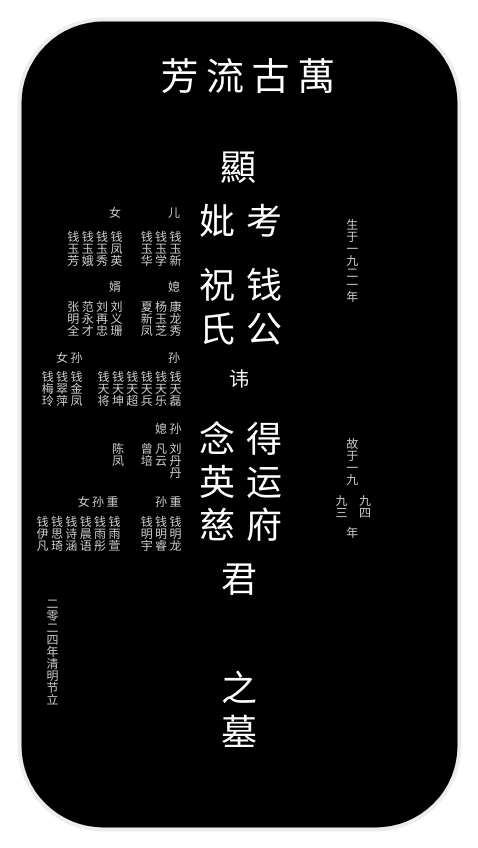
Above: 未命名绘图.drawio in wshiqtb/wshiqtb (draw.io), before the change. Source tidied: cells renumbered, new cells numbered last; positions are measured from the earlier drawing's top-left corner, leaving out a move shared by most shapes. Both pictures are drawn from the tidied source at 100%, with x=0, y=0 at pixel (19, 19).
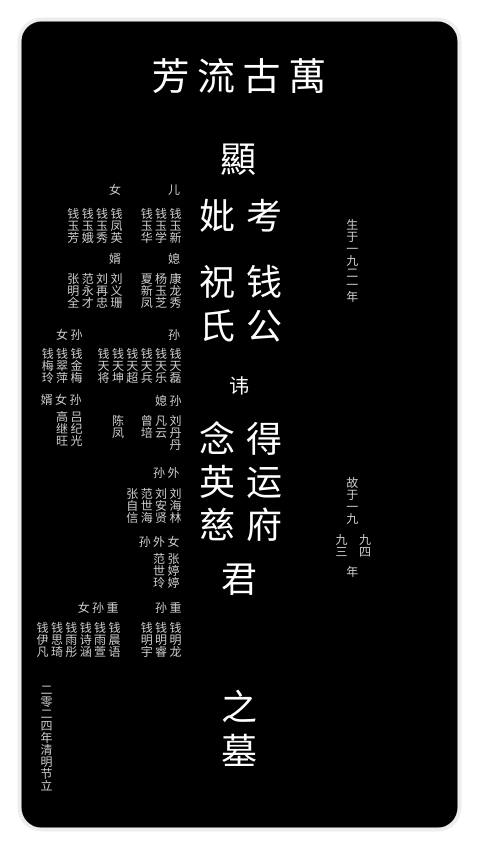
The same diagram, later.

Commit message:
更新未命名绘图.drawio

Diff of the diagram source:
```diff
@@
-    <mxCell id="2" style="rounded=1;whiteSpace=wrap;html=1;labelBackgroundColor=#000000;fillColor=#000000;strokeColor=#EDEDED;fillStyle=auto;gradientColor=none;strokeWidth=4;shadow=0;textShadow=0;arcSize=19;" parent="1" vertex="1">
+    <mxCell id="2" style="rounded=1;whiteSpace=wrap;html=1;labelBackgroundColor=#000000;fillColor=#000000;strokeColor=#EDEDED;fillStyle=auto;gradientColor=none;strokeWidth=4;shadow=0;textShadow=0;arcSize=5;" parent="1" vertex="1">
       <mxGeometry width="440" height="810" as="geometry" />
     </mxCell>
     <mxCell id="3" value="女" style="text;html=1;align=right;verticalAlign=middle;whiteSpace=wrap;rounded=0;fontColor=#CFCFCF;opacity=10;" parent="1" vertex="1">
-      <mxGeometry x="64" y="184" width="40" height="20" as="geometry" />
+      <mxGeometry x="64" y="161" width="40" height="20" as="geometry" />
     </mxCell>
     <mxCell id="4" value="儿" style="text;html=1;align=right;verticalAlign=middle;whiteSpace=wrap;rounded=0;fontColor=#CFCFCF;opacity=10;" parent="1" vertex="1">
-      <mxGeometry x="123" y="184" width="40" height="20" as="geometry" />
+      <mxGeometry x="123" y="161" width="40" height="20" as="geometry" />
     </mxCell>
     <mxCell id="5" value="钱玉新&lt;div style=&quot;font-size: 12px;&quot;&gt;钱玉学&lt;/div&gt;&lt;div style=&quot;font-size: 12px;&quot;&gt;钱玉华&lt;/div&gt;" style="text;html=1;align=right;verticalAlign=top;whiteSpace=wrap;rounded=0;textDirection=vertical-rl;spacingTop=0;spacing=2;fontSize=12;spacingBottom=0;fontColor=#CFCFCF;opacity=10;" parent="1" vertex="1">
-      <mxGeometry x="123" y="204" width="40" height="50" as="geometry" />
+      <mxGeometry x="123" y="181" width="40" height="50" as="geometry" />
     </mxCell>
     <mxCell id="6" value="钱凤英&lt;div&gt;钱玉秀&lt;/div&gt;&lt;div&gt;钱玉娥&lt;/div&gt;&lt;div&gt;钱玉芳&lt;/div&gt;" style="text;html=1;align=right;verticalAlign=top;whiteSpace=wrap;rounded=0;textDirection=vertical-rl;spacingTop=0;spacing=2;fontSize=12;spacingBottom=0;fontColor=#CFCFCF;opacity=10;" parent="1" vertex="1">
-      <mxGeometry x="64" y="204" width="40" height="50" as="geometry" />
+      <mxGeometry x="64" y="181" width="40" height="50" as="geometry" />
     </mxCell>
     <mxCell id="7" value="媳" style="text;html=1;align=right;verticalAlign=middle;whiteSpace=wrap;rounded=0;fontColor=#CFCFCF;opacity=10;" parent="1" vertex="1">
-      <mxGeometry x="123" y="255" width="40" height="25" as="geometry" />
+      <mxGeometry x="123" y="227" width="40" height="25" as="geometry" />
     </mxCell>
     <mxCell id="8" value="康龙秀&lt;div&gt;杨玉芝&lt;/div&gt;&lt;div&gt;夏新凤&lt;/div&gt;" style="text;html=1;align=right;verticalAlign=top;whiteSpace=wrap;rounded=0;textDirection=vertical-rl;spacingTop=0;spacing=2;fontSize=12;spacingBottom=0;fontColor=#CFCFCF;opacity=10;" parent="1" vertex="1">
-      <mxGeometry x="113" y="274" width="50" height="50" as="geometry" />
+      <mxGeometry x="113" y="246" width="50" height="50" as="geometry" />
     </mxCell>
     <mxCell id="9" value="刘义珊&lt;div&gt;刘再忠&lt;/div&gt;&lt;div&gt;范永才&lt;/div&gt;&lt;div&gt;张明全&lt;/div&gt;" style="text;html=1;align=right;verticalAlign=top;whiteSpace=wrap;rounded=0;textDirection=vertical-rl;spacingTop=0;spacing=2;fontSize=12;spacingBottom=0;fontColor=#CFCFCF;opacity=10;" parent="1" vertex="1">
-      <mxGeometry x="54" y="274" width="50" height="50" as="geometry" />
+      <mxGeometry x="54" y="246" width="50" height="50" as="geometry" />
     </mxCell>
     <mxCell id="10" value="婿" style="text;html=1;align=right;verticalAlign=middle;whiteSpace=wrap;rounded=0;fontColor=#CFCFCF;opacity=10;" parent="1" vertex="1">
-      <mxGeometry x="64" y="257.5" width="40" height="20" as="geometry" />
+      <mxGeometry x="64" y="229.5" width="40" height="20" as="geometry" />
     </mxCell>
     <mxCell id="11" value="孙" style="text;html=1;align=right;verticalAlign=middle;whiteSpace=wrap;rounded=0;fontColor=#CFCFCF;opacity=10;" parent="1" vertex="1">
-      <mxGeometry x="123" y="329" width="40" height="20" as="geometry" />
+      <mxGeometry x="123" y="306" width="40" height="20" as="geometry" />
     </mxCell>
     <mxCell id="12" value="钱天磊&lt;div&gt;钱天乐&lt;/div&gt;&lt;div&gt;钱天兵&lt;/div&gt;&lt;div&gt;钱天超&lt;/div&gt;&lt;div&gt;钱天坤&lt;/div&gt;&lt;div&gt;钱天将&lt;/div&gt;" style="text;html=1;align=right;verticalAlign=top;whiteSpace=wrap;rounded=0;textDirection=vertical-rl;spacingTop=0;spacing=2;fontSize=12;spacingBottom=0;fontColor=#CFCFCF;opacity=10;" parent="1" vertex="1">
-      <mxGeometry x="73" y="344" width="90" height="50" as="geometry" />
+      <mxGeometry x="73" y="321" width="90" height="50" as="geometry" />
     </mxCell>
     <mxCell id="13" value="孙女" style="text;html=1;align=right;verticalAlign=middle;whiteSpace=wrap;rounded=0;fontColor=#CFCFCF;opacity=10;textDirection=vertical-rl;" parent="1" vertex="1">
-      <mxGeometry x="29" y="328" width="35" height="20" as="geometry" />
+      <mxGeometry x="29" y="305" width="35" height="20" as="geometry" />
     </mxCell>
-    <mxCell id="14" value="钱金凤&lt;div&gt;钱翠萍&lt;br&gt;&lt;div&gt;钱梅玲&lt;/div&gt;&lt;/div&gt;" style="text;html=1;align=right;verticalAlign=top;whiteSpace=wrap;rounded=0;textDirection=vertical-rl;spacingTop=0;spacing=2;fontSize=12;spacingBottom=0;fontColor=#CFCFCF;opacity=10;" parent="1" vertex="1">
-      <mxGeometry x="9" y="344" width="55" height="50" as="geometry" />
+    <mxCell id="14" value="钱金梅&lt;div&gt;钱翠萍&lt;br&gt;&lt;div&gt;钱梅玲&lt;/div&gt;&lt;/div&gt;" style="text;html=1;align=right;verticalAlign=top;whiteSpace=wrap;rounded=0;textDirection=vertical-rl;spacingTop=0;spacing=2;fontSize=12;spacingBottom=0;fontColor=#CFCFCF;opacity=10;" parent="1" vertex="1">
+      <mxGeometry x="9" y="321" width="55" height="50" as="geometry" />
     </mxCell>
     <mxCell id="15" value="孙媳" style="text;html=1;align=right;verticalAlign=middle;whiteSpace=wrap;rounded=0;fontColor=#CFCFCF;opacity=10;textDirection=vertical-rl;" parent="1" vertex="1">
-      <mxGeometry x="123" y="399" width="40" height="20" as="geometry" />
+      <mxGeometry x="123" y="371" width="40" height="20" as="geometry" />
     </mxCell>
     <mxCell id="16" value="&lt;div&gt;刘丹丹&lt;/div&gt;&lt;div&gt;凡云&lt;/div&gt;&lt;div&gt;曾培&lt;/div&gt;&lt;div&gt;&lt;br&gt;&lt;/div&gt;&lt;div&gt;陈凤&lt;/div&gt;&lt;div&gt;&lt;br&gt;&lt;/div&gt;" style="text;html=1;align=right;verticalAlign=top;whiteSpace=wrap;rounded=0;textDirection=vertical-rl;spacingTop=0;spacing=2;fontSize=12;spacingBottom=0;fontColor=#CFCFCF;opacity=10;" parent="1" vertex="1">
-      <mxGeometry x="63" y="416" width="100" height="43" as="geometry" />
+      <mxGeometry x="80" y="388" width="83" height="43" as="geometry" />
     </mxCell>
     <mxCell id="17" value="重孙" style="text;html=1;align=right;verticalAlign=middle;whiteSpace=wrap;rounded=0;fontColor=#CFCFCF;opacity=10;textDirection=vertical-rl;" parent="1" vertex="1">
-      <mxGeometry x="123" y="472" width="40" height="20" as="geometry" />
+      <mxGeometry x="123" y="578" width="40" height="20" as="geometry" />
     </mxCell>
     <mxCell id="18" value="钱明龙&lt;div&gt;钱明睿&lt;/div&gt;&lt;div&gt;钱明宇&lt;/div&gt;" style="text;html=1;align=right;verticalAlign=top;whiteSpace=wrap;rounded=0;textDirection=vertical-rl;spacingTop=0;spacing=2;fontSize=12;spacingBottom=0;fontColor=#CFCFCF;opacity=10;" parent="1" vertex="1">
-      <mxGeometry x="104" y="489" width="59" height="50" as="geometry" />
+      <mxGeometry x="110" y="595" width="53" height="50" as="geometry" />
     </mxCell>
     <mxCell id="19" value="重孙女" style="text;html=1;align=right;verticalAlign=middle;whiteSpace=wrap;rounded=0;fontColor=#CFCFCF;opacity=10;textDirection=vertical-rl;" parent="1" vertex="1">
-      <mxGeometry x="60" y="472" width="40" height="20" as="geometry" />
+      <mxGeometry x="60" y="578" width="40" height="20" as="geometry" />
     </mxCell>
-    <mxCell id="20" value="钱雨萱&lt;div&gt;钱雨彤&lt;/div&gt;&lt;div&gt;钱晨语&lt;/div&gt;&lt;div&gt;钱诗涵&lt;/div&gt;&lt;div&gt;钱思琦&lt;/div&gt;&lt;div&gt;钱伊凡&lt;/div&gt;" style="text;html=1;align=right;verticalAlign=top;whiteSpace=wrap;rounded=0;textDirection=vertical-rl;spacingTop=0;spacing=2;fontSize=12;spacingBottom=0;fontColor=#CFCFCF;opacity=10;" parent="1" vertex="1">
-      <mxGeometry x="8" y="489" width="94" height="50" as="geometry" />
+    <mxCell id="20" value="&lt;div&gt;钱晨语&lt;br&gt;&lt;/div&gt;钱雨萱&lt;div&gt;钱诗涵&lt;br&gt;&lt;div&gt;钱雨彤&lt;/div&gt;&lt;div&gt;钱思琦&lt;/div&gt;&lt;div&gt;钱伊凡&lt;/div&gt;&lt;/div&gt;" style="text;html=1;align=right;verticalAlign=top;whiteSpace=wrap;rounded=0;textDirection=vertical-rl;spacingTop=0;spacing=2;fontSize=12;spacingBottom=0;fontColor=#CFCFCF;opacity=10;" parent="1" vertex="1">
+      <mxGeometry x="8" y="595" width="94" height="50" as="geometry" />
     </mxCell>
     <mxCell id="21" value="&lt;font style=&quot;font-size: 36px;&quot;&gt;顯&lt;/font&gt;" style="text;html=1;align=center;verticalAlign=middle;whiteSpace=wrap;rounded=0;fontColor=#FFFFFF;opacity=10;fontSize=36;" parent="1" vertex="1">
-      <mxGeometry x="189" y="133" width="60" height="30" as="geometry" />
+      <mxGeometry x="189" y="125" width="60" height="30" as="geometry" />
     </mxCell>
     <mxCell id="22" value="&lt;font style=&quot;font-size: 20px;&quot;&gt;讳&lt;/font&gt;" style="text;html=1;align=center;verticalAlign=middle;whiteSpace=wrap;rounded=0;fontColor=#FFFFFF;opacity=10;" parent="1" vertex="1">
-      <mxGeometry x="200" y="342" width="40" height="34" as="geometry" />
+      <mxGeometry x="200" y="349" width="40" height="34" as="geometry" />
     </mxCell>
     <mxCell id="23" value="&lt;font style=&quot;font-size: 36px;&quot;&gt;之墓&lt;/font&gt;" style="text;html=1;align=center;verticalAlign=middle;whiteSpace=wrap;rounded=0;fontColor=#FFFFFF;opacity=10;fontSize=36;" parent="1" vertex="1">
-      <mxGeometry x="200" y="645" width="40" height="91" as="geometry" />
+      <mxGeometry x="200" y="664" width="40" height="91" as="geometry" />
     </mxCell>
     <mxCell id="24" value="萬古流芳" style="text;html=1;align=center;verticalAlign=middle;whiteSpace=wrap;rounded=0;fontColor=#FFFFFF;opacity=10;fontSize=38;textDirection=vertical-rl;" parent="1" vertex="1">
-      <mxGeometry x="141" y="42" width="165" height="30" as="geometry" />
+      <mxGeometry x="80" y="42" width="270" height="30" as="geometry" />
     </mxCell>
     <mxCell id="25" value="&lt;font style=&quot;font-size: 36px;&quot;&gt;考&lt;/font&gt;" style="text;html=1;align=center;verticalAlign=middle;whiteSpace=wrap;rounded=0;fontColor=#FFFFFF;opacity=10;fontSize=36;" parent="1" vertex="1">
-      <mxGeometry x="225" y="185" width="40" height="34" as="geometry" />
+      <mxGeometry x="225" y="180" width="40" height="34" as="geometry" />
     </mxCell>
     <mxCell id="26" value="&lt;font style=&quot;font-size: 36px;&quot;&gt;钱公&lt;/font&gt;" style="text;html=1;align=center;verticalAlign=middle;whiteSpace=wrap;rounded=0;fontColor=#FFFFFF;opacity=10;fontSize=36;" parent="1" vertex="1">
-      <mxGeometry x="225" y="271" width="40" height="34" as="geometry" />
+      <mxGeometry x="225" y="268" width="40" height="34" as="geometry" />
     </mxCell>
     <mxCell id="27" value="&lt;span style=&quot;font-size: 36px;&quot;&gt;妣&lt;/span&gt;" style="text;html=1;align=center;verticalAlign=middle;whiteSpace=wrap;rounded=0;fontColor=#FFFFFF;opacity=10;fontSize=36;" parent="1" vertex="1">
-      <mxGeometry x="178" y="185" width="40" height="34" as="geometry" />
+      <mxGeometry x="178" y="180" width="40" height="34" as="geometry" />
     </mxCell>
     <mxCell id="28" value="&lt;font style=&quot;font-size: 36px;&quot;&gt;祝氏&lt;/font&gt;" style="text;html=1;align=center;verticalAlign=middle;whiteSpace=wrap;rounded=0;fontColor=#FFFFFF;opacity=10;fontSize=36;" parent="1" vertex="1">
-      <mxGeometry x="178" y="271" width="40" height="34" as="geometry" />
+      <mxGeometry x="178" y="268" width="40" height="34" as="geometry" />
     </mxCell>
     <mxCell id="29" value="二零二四年清明节立" style="text;html=1;align=right;verticalAlign=middle;whiteSpace=wrap;rounded=0;textDirection=vertical-rl;fontColor=#CFCFCF;opacity=10;" parent="1" vertex="1">
-      <mxGeometry x="20" y="573" width="20" height="117" as="geometry" />
+      <mxGeometry x="14" y="659" width="20" height="117" as="geometry" />
     </mxCell>
@@
     <mxCell id="35" value="故于一九" style="text;html=1;align=center;verticalAlign=top;whiteSpace=wrap;rounded=0;textDirection=vertical-rl;fontColor=#CFCFCF;opacity=10;" parent="1" vertex="1">
-      <mxGeometry x="311" y="411" width="40" height="60" as="geometry" />
+      <mxGeometry x="311" y="450" width="40" height="60" as="geometry" />
     </mxCell>
     <mxCell id="36" value="年" style="text;html=1;align=center;verticalAlign=top;whiteSpace=wrap;rounded=0;textDirection=vertical-rl;fontColor=#CFCFCF;opacity=10;" parent="1" vertex="1">
-      <mxGeometry x="311" y="500" width="40" height="25" as="geometry" />
+      <mxGeometry x="311" y="539" width="40" height="25" as="geometry" />
     </mxCell>
     <mxCell id="37" value="九四" style="text;html=1;align=left;verticalAlign=top;whiteSpace=wrap;rounded=0;textDirection=vertical-rl;fontColor=#CFCFCF;opacity=10;" parent="1" vertex="1">
-      <mxGeometry x="335" y="468" width="20" height="41" as="geometry" />
+      <mxGeometry x="335" y="507" width="20" height="41" as="geometry" />
     </mxCell>
     <mxCell id="38" value="九三" style="text;html=1;align=right;verticalAlign=top;whiteSpace=wrap;rounded=0;textDirection=vertical-rl;fontColor=#CFCFCF;opacity=10;" parent="1" vertex="1">
-      <mxGeometry x="307" y="468" width="22" height="41" as="geometry" />
+      <mxGeometry x="307" y="507" width="22" height="41" as="geometry" />
     </mxCell>
+    <mxCell id="39" value="孙女婿" style="text;html=1;align=right;verticalAlign=middle;whiteSpace=wrap;rounded=0;fontColor=#CFCFCF;opacity=10;textDirection=vertical-rl;" parent="1" vertex="1">
+      <mxGeometry x="23" y="370" width="40" height="20" as="geometry" />
+    </mxCell>
+    <mxCell id="40" value="吕纪光&lt;div&gt;高继旺&lt;/div&gt;" style="text;html=1;align=right;verticalAlign=top;whiteSpace=wrap;rounded=0;textDirection=vertical-rl;spacingTop=0;spacing=2;fontSize=12;spacingBottom=0;fontColor=#CFCFCF;opacity=10;" parent="1" vertex="1">
+      <mxGeometry x="9" y="384" width="55" height="50" as="geometry" />
+    </mxCell>
+    <mxCell id="41" value="外孙" style="text;html=1;align=right;verticalAlign=middle;whiteSpace=wrap;rounded=0;fontColor=#CFCFCF;opacity=10;textDirection=vertical-rl;" parent="1" vertex="1">
+      <mxGeometry x="121" y="442.5" width="40" height="20" as="geometry" />
+    </mxCell>
+    <mxCell id="42" value="&lt;div&gt;刘海林&lt;/div&gt;&lt;div&gt;刘安贤&lt;/div&gt;范世海&lt;div&gt;张自信&lt;br&gt;&lt;div&gt;&lt;br&gt;&lt;/div&gt;&lt;/div&gt;" style="text;html=1;align=right;verticalAlign=top;whiteSpace=wrap;rounded=0;textDirection=vertical-rl;spacingTop=0;spacing=2;fontSize=12;spacingBottom=0;fontColor=#CFCFCF;opacity=10;" parent="1" vertex="1">
+      <mxGeometry y="460.5" width="163" height="50" as="geometry" />
+    </mxCell>
+    <mxCell id="43" value="女外孙" style="text;html=1;align=right;verticalAlign=middle;whiteSpace=wrap;rounded=0;fontColor=#CFCFCF;opacity=10;textDirection=vertical-rl;" parent="1" vertex="1">
+      <mxGeometry x="121" y="512" width="40" height="20" as="geometry" />
+    </mxCell>
+    <mxCell id="44" value="张婷婷&lt;br&gt;&lt;div&gt;范世玲&lt;/div&gt;" style="text;html=1;align=right;verticalAlign=top;whiteSpace=wrap;rounded=0;textDirection=vertical-rl;spacingTop=0;spacing=2;fontSize=12;spacingBottom=0;fontColor=#CFCFCF;opacity=10;" parent="1" vertex="1">
+      <mxGeometry x="-2" y="526" width="163" height="45" as="geometry" />
+    </mxCell>
```
